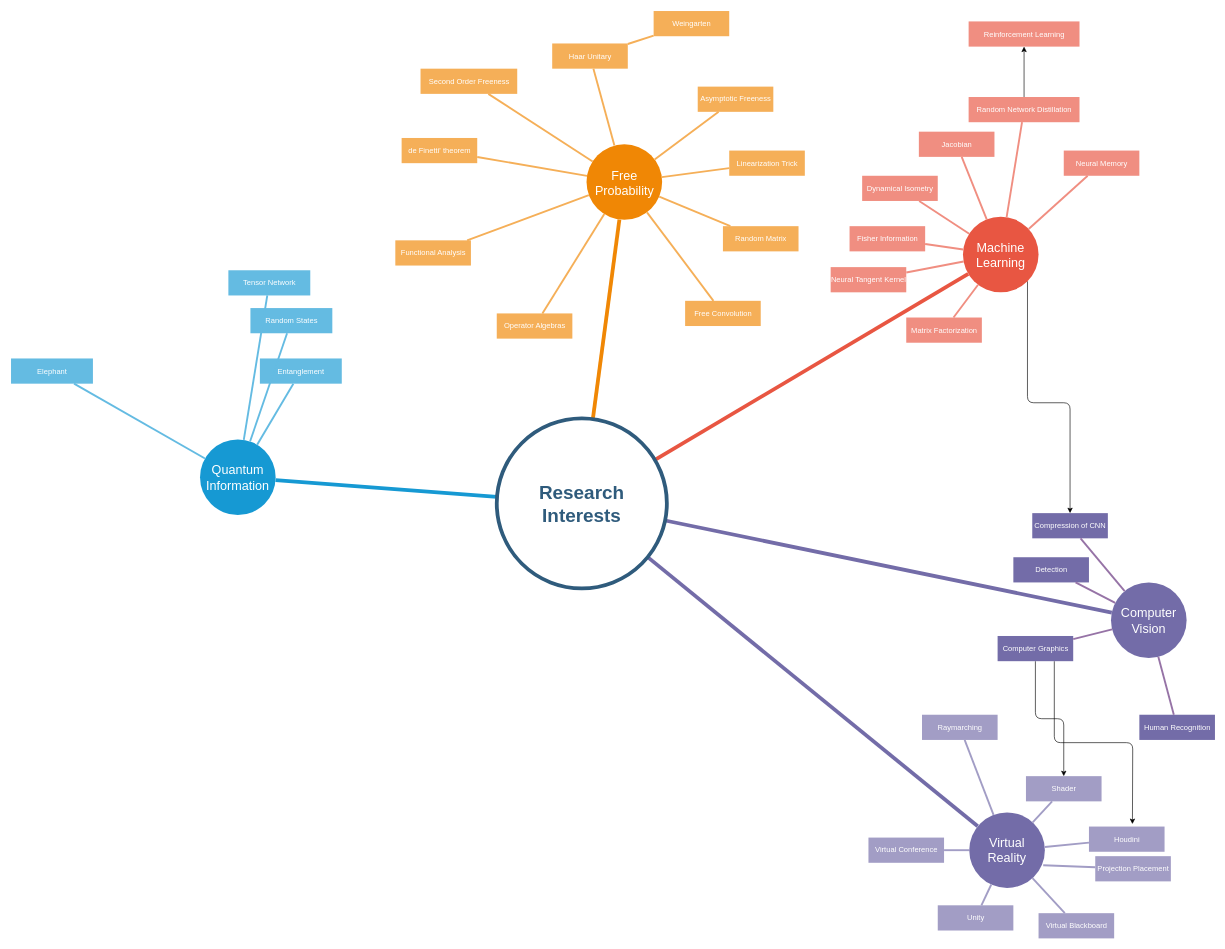
This is research_interest_diagram.drawio from ThayaFluss/Thayafluss.github.io, a draw.io file, before an edit. Source tidied: cells renumbered, new cells numbered last; positions are measured from the earlier drawing's top-left corner, leaving out a move shared by most shapes. Both pictures are drawn from the tidied source at 63%, with x=0, y=0 at pixel (11, 11).
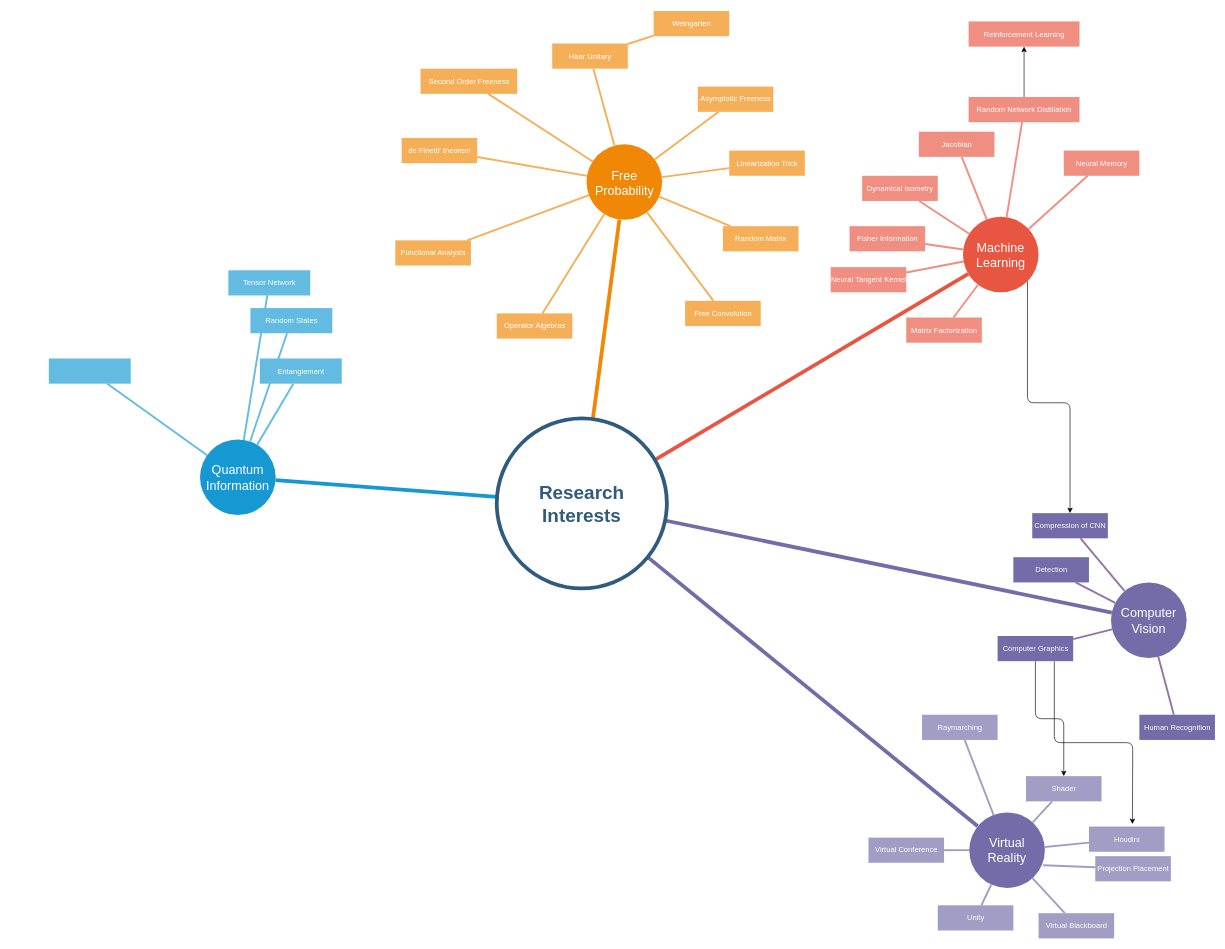
Above is the later version.

What changed in the source:
```diff
@@
-    <mxCell id="14" value="Elephant" style="fillColor=#64BBE2;strokeColor=none;strokeWidth=3;shadow=0;html=1;fontColor=#FFFFFF;" parent="1" vertex="1">
-      <mxGeometry y="551.5" width="130" height="40" as="geometry" />
+    <mxCell id="14" style="fillColor=#64BBE2;strokeColor=none;strokeWidth=3;shadow=0;html=1;fontColor=#FFFFFF;" parent="1" vertex="1">
+      <mxGeometry x="60" y="551.5" width="130" height="40" as="geometry" />
     </mxCell>
```
